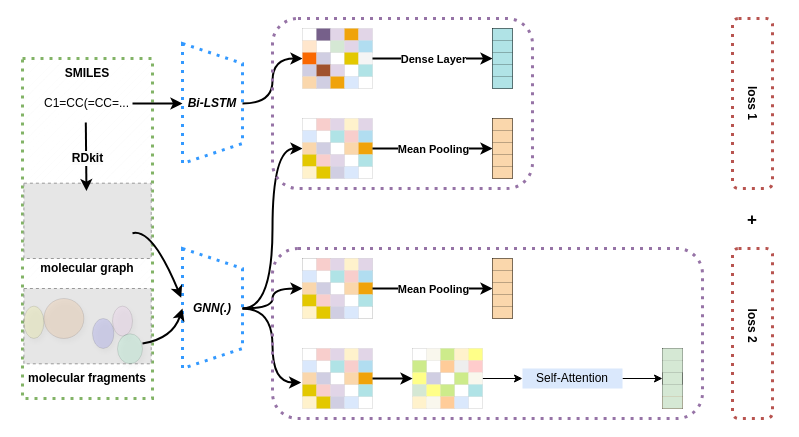
Earlier version of the draw.io diagram 未命名绘图.drawio (cuidi1/Molecules_Dataset_Collection). Source tidied: cells renumbered, new cells numbered last; positions are measured from the earlier drawing's top-left corner, leaving out a move shared by most shapes. Both pictures are drawn from the tidied source at 100%, with x=0, y=0 at pixel (17, 18). Pictures stored in the file or linked from it are replaced by grey dashed boxes.
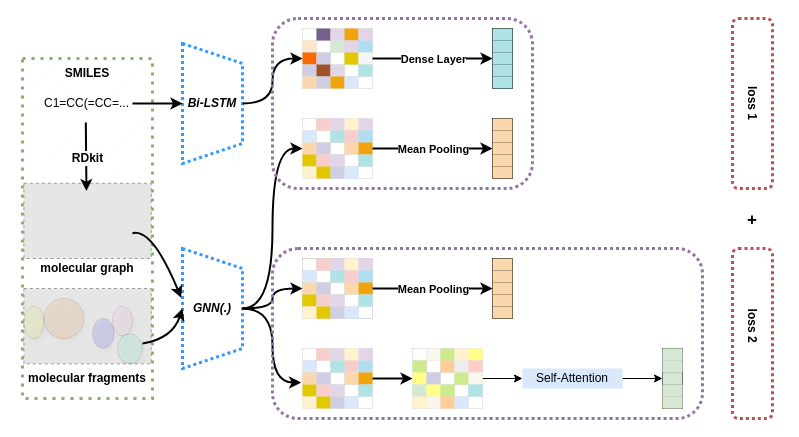
The same page after the edit.

Commit message (it also covers changes not shown here):
更新未命名绘图.drawio

Diff of the diagram source:
```diff
@@
-    <mxCell id="16" style="shape=trapezoid;perimeter=trapezoidPerimeter;whiteSpace=wrap;html=1;fixedSize=1;direction=south;strokeColor=#3399FF;strokeWidth=3;dashed=1;dashPattern=1 2;" parent="1" vertex="1">
+    <mxCell id="16" style="shape=trapezoid;perimeter=trapezoidPerimeter;whiteSpace=wrap;html=1;fixedSize=1;direction=south;strokeColor=#3399FF;strokeWidth=3;dashed=1;dashPattern=1 1;" parent="1" vertex="1">
       <mxGeometry x="165" y="230" width="60" height="120" as="geometry" />
     </mxCell>
-    <mxCell id="17" style="shape=trapezoid;perimeter=trapezoidPerimeter;whiteSpace=wrap;html=1;fixedSize=1;direction=south;strokeColor=#3399FF;strokeWidth=3;dashed=1;dashPattern=1 2;" parent="1" vertex="1">
+    <mxCell id="17" style="shape=trapezoid;perimeter=trapezoidPerimeter;whiteSpace=wrap;html=1;fixedSize=1;direction=south;strokeColor=#3399FF;strokeWidth=3;dashed=1;dashPattern=1 1;" parent="1" vertex="1">
       <mxGeometry x="165" y="25" width="60" height="120" as="geometry" />
     </mxCell>
@@
-    <mxCell id="267" style="rounded=1;whiteSpace=wrap;html=1;fillColor=none;dashed=1;dashPattern=1 2;strokeWidth=3;strokeColor=#9673a6;" parent="1" vertex="1">
+    <mxCell id="267" style="rounded=1;whiteSpace=wrap;html=1;fillColor=none;dashed=1;strokeWidth=3;strokeColor=#9673a6;dashPattern=1 1;" parent="1" vertex="1">
       <mxGeometry x="255" width="260" height="170" as="geometry" />
     </mxCell>
-    <mxCell id="268" style="rounded=1;whiteSpace=wrap;html=1;fillColor=none;strokeWidth=3;strokeColor=#9673a6;dashed=1;dashPattern=1 2;" parent="1" vertex="1">
+    <mxCell id="268" style="rounded=1;whiteSpace=wrap;html=1;fillColor=none;strokeWidth=3;strokeColor=#9673a6;dashed=1;dashPattern=1 1;" parent="1" vertex="1">
       <mxGeometry x="255" y="230" width="430" height="170" as="geometry" />
     </mxCell>
-    <mxCell id="269" style="rounded=1;whiteSpace=wrap;html=1;fillColor=none;strokeColor=#b85450;strokeWidth=3;dashed=1;dashPattern=1 2;" parent="1" vertex="1">
+    <mxCell id="269" style="rounded=1;whiteSpace=wrap;html=1;fillColor=none;strokeColor=#b85450;strokeWidth=3;dashed=1;dashPattern=1 1;" parent="1" vertex="1">
       <mxGeometry x="715" width="40" height="170" as="geometry" />
     </mxCell>
-    <mxCell id="270" style="rounded=1;whiteSpace=wrap;html=1;fillColor=none;strokeColor=#b85450;strokeWidth=3;dashed=1;dashPattern=1 2;" parent="1" vertex="1">
+    <mxCell id="270" style="rounded=1;whiteSpace=wrap;html=1;fillColor=none;strokeColor=#b85450;strokeWidth=3;dashed=1;dashPattern=1 1;" parent="1" vertex="1">
       <mxGeometry x="715" y="230" width="40" height="170" as="geometry" />
     </mxCell>
```
